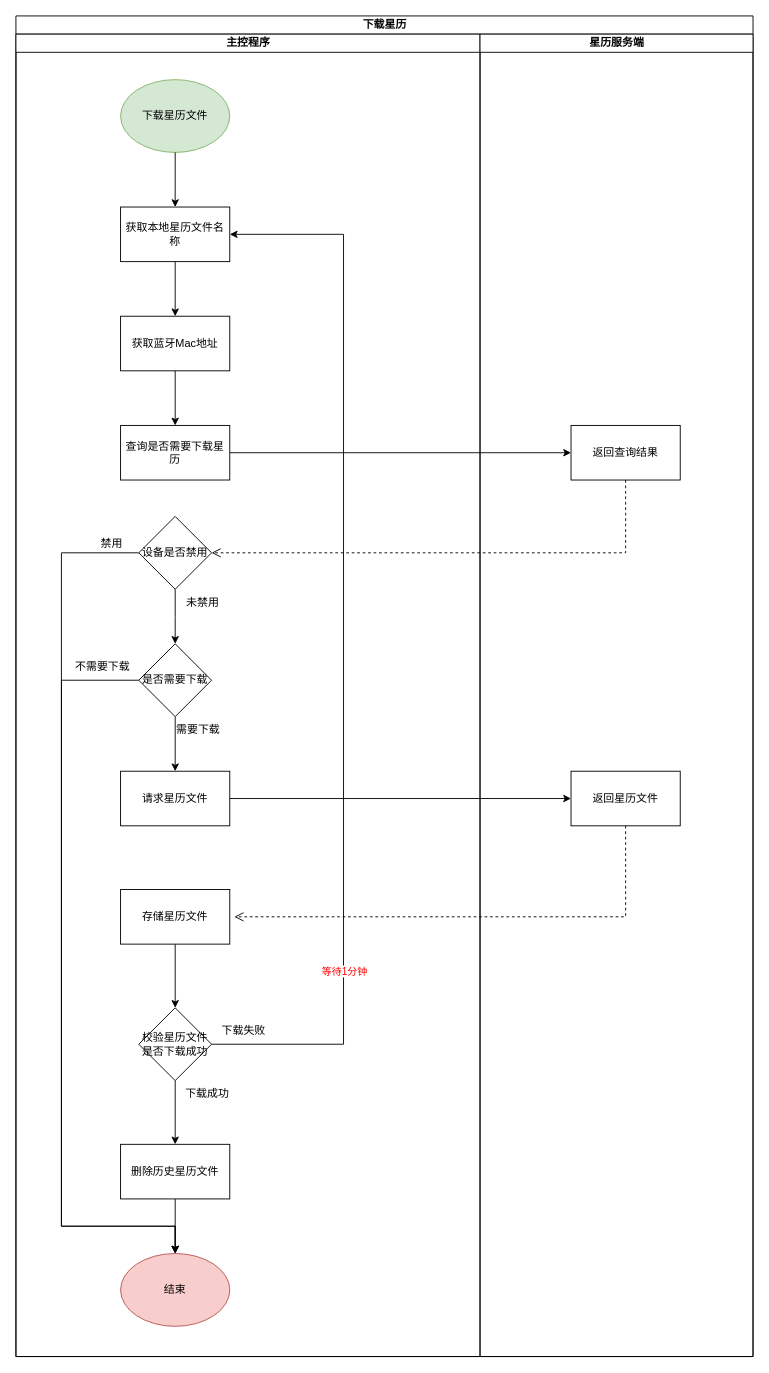
This is page "下载星历文件" (26 of 27) of 隐身保arm版-业务流程-V1.0-20221028-1.drawio from kyphoon/ysb_drawio_tree, a draw.io file, before an edit. Source tidied: cells renumbered, new cells numbered last; positions are measured from the earlier drawing's top-left corner, leaving out a move shared by most shapes. Both pictures are drawn from the tidied source at 91%, with x=0, y=0 at pixel (15, 15).
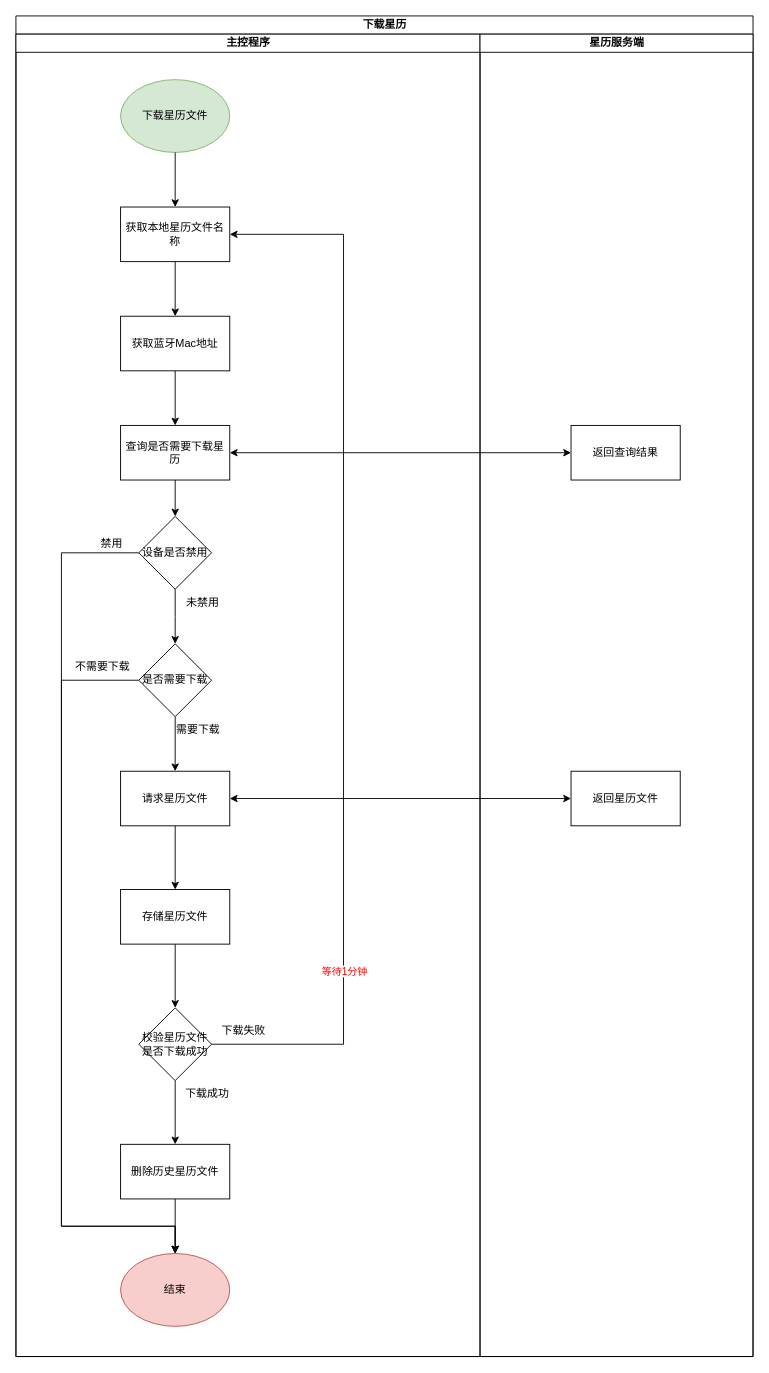
After the change.

The change refers to these unchanged cells:
```xml
<mxCell id="2" value="下载星历" style="swimlane;startSize=20;html=1;" parent="1" vertex="1">
  <mxGeometry width="810" height="1473.2" as="geometry" />
</mxCell>
<mxCell id="3" value="主控程序" style="swimlane;startSize=20;html=1;" parent="2" vertex="1">
  <mxGeometry y="20" width="510" height="1453.2" as="geometry" />
</mxCell>
<mxCell id="10" value="查询是否需要下载星历" style="whiteSpace=wrap;html=1;" parent="3" vertex="1">
  <mxGeometry x="115" y="430" width="120" height="60" as="geometry" />
</mxCell>
<mxCell id="13" value="设备是否禁用" style="rhombus;whiteSpace=wrap;html=1;" parent="3" vertex="1">
  <mxGeometry x="135" y="530" width="80" height="80" as="geometry" />
</mxCell>
<mxCell id="18" value="请求星历文件" style="whiteSpace=wrap;html=1;" parent="3" vertex="1">
  <mxGeometry x="115" y="810" width="120" height="60" as="geometry" />
</mxCell>
<mxCell id="21" value="存储星历文件" style="whiteSpace=wrap;html=1;" parent="3" vertex="1">
  <mxGeometry x="115" y="940" width="120" height="60" as="geometry" />
</mxCell>
<mxCell id="34" value="返回查询结果" style="whiteSpace=wrap;html=1;" parent="33" vertex="1">
  <mxGeometry x="100" y="430" width="120" height="60" as="geometry" />
</mxCell>
<mxCell id="35" value="返回星历文件" style="whiteSpace=wrap;html=1;" parent="33" vertex="1">
  <mxGeometry x="100" y="810" width="120" height="60" as="geometry" />
</mxCell>
```

What changed in the source:
```diff
@@
+    <mxCell id="40" style="edgeStyle=orthogonalEdgeStyle;rounded=0;jettySize=auto;html=1;" parent="3" edge="1" source="10" target="13">
+      <mxGeometry relative="1" as="geometry" />
+    </mxCell>
@@
+    <mxCell id="41" style="edgeStyle=orthogonalEdgeStyle;rounded=0;jettySize=auto;html=1;" parent="3" edge="1" source="18" target="21">
+      <mxGeometry relative="1" as="geometry" />
+    </mxCell>
@@
-    <mxCell id="36" style="edgeStyle=orthogonalEdgeStyle;rounded=0;jettySize=auto;html=1;entryX=0;entryY=0.5;entryDx=0;entryDy=0;" parent="2" edge="1" source="10" target="34">
+    <mxCell id="36" style="endArrow=classic;startArrow=classic;html=1;rounded=0;entryX=0;entryY=0.5;entryDx=0;entryDy=0;exitX=1;exitY=0.5;exitDx=0;exitDy=0;" parent="2" edge="1" source="10" target="34">
       <mxGeometry relative="1" as="geometry" />
     </mxCell>
-    <mxCell id="37" style="edgeStyle=orthogonalEdgeStyle;rounded=0;jettySize=auto;html=1;entryX=0;entryY=0.5;entryDx=0;entryDy=0;" parent="2" edge="1" source="18" target="35">
+    <mxCell id="37" style="endArrow=classic;startArrow=classic;html=1;rounded=0;entryX=0;entryY=0.5;entryDx=0;entryDy=0;exitX=1;exitY=0.5;exitDx=0;exitDy=0;" parent="2" edge="1" source="18" target="35">
       <mxGeometry relative="1" as="geometry" />
     </mxCell>
-    <mxCell id="38" style="html=1;verticalAlign=bottom;endArrow=open;dashed=1;endSize=8;rounded=0;exitX=0.5;exitY=1;exitDx=0;exitDy=0;entryX=1;entryY=0.5;entryDx=0;entryDy=0;" parent="2" edge="1" source="34" target="13">
-      <mxGeometry relative="1" as="geometry">
-        <Array as="points">
-          <mxPoint x="670" y="590" />
-        </Array>
-      </mxGeometry>
-    </mxCell>
-    <mxCell id="39" style="html=1;verticalAlign=bottom;endArrow=open;dashed=1;endSize=8;rounded=0;exitX=0.5;exitY=1;exitDx=0;exitDy=0;" parent="2" edge="1" source="35">
-      <mxGeometry relative="1" as="geometry">
-        <mxPoint x="240" y="990" as="targetPoint" />
-        <Array as="points">
-          <mxPoint x="670" y="990" />
-        </Array>
-      </mxGeometry>
-    </mxCell>
```
